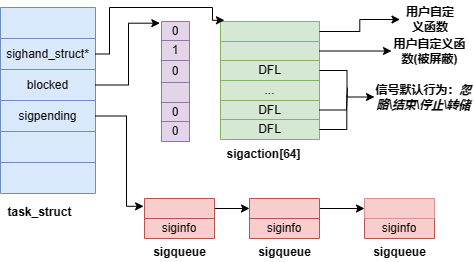
SixPlusAndTimes/drawio keeps this draw.io diagram as OS/linux内核源代码情景分析/第六章/信号.drawio.png. Above is the earlier version. Source tidied: cells renumbered, new cells last; positions are measured from the earlier drawing's top-left corner, leaving out a move shared by most shapes.
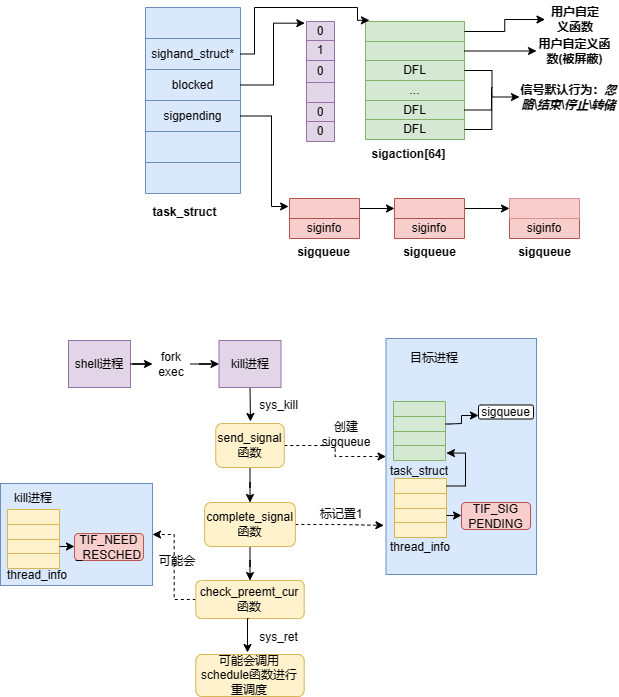
The same diagram one commit later.

Diff of the diagram source:
```diff
@@ -242,5 +242,207 @@
     <mxCell id="73" value="&lt;b&gt;task_struct&lt;/b&gt;" style="text;html=1;strokeColor=none;fillColor=none;align=center;verticalAlign=middle;whiteSpace=wrap;rounded=0;" parent="1" vertex="1">
       <mxGeometry x="17" y="198" width="45" height="19" as="geometry" />
     </mxCell>
+    <mxCell id="74" style="edgeStyle=orthogonalEdgeStyle;rounded=0;jettySize=auto;html=1;exitX=1;exitY=0.5;exitDx=0;exitDy=0;" parent="1" edge="1" source="79" target="77">
+      <mxGeometry relative="1" as="geometry" />
+    </mxCell>
+    <mxCell id="75" value="shell进程" style="text;html=1;strokeColor=#9673a6;fillColor=#e1d5e7;align=center;verticalAlign=middle;whiteSpace=wrap;rounded=0;" parent="1" vertex="1">
+      <mxGeometry x="-77" y="336" width="62" height="47" as="geometry" />
+    </mxCell>
+    <mxCell id="76" style="edgeStyle=orthogonalEdgeStyle;rounded=0;jettySize=auto;html=1;exitX=0.5;exitY=1;exitDx=0;exitDy=0;" parent="1" edge="1" source="77">
+      <mxGeometry relative="1" as="geometry">
+        <mxPoint x="105" y="417" as="targetPoint" />
+      </mxGeometry>
+    </mxCell>
+    <mxCell id="77" value="kill进程" style="text;html=1;strokeColor=#9673a6;fillColor=#e1d5e7;align=center;verticalAlign=middle;whiteSpace=wrap;rounded=0;" parent="1" vertex="1">
+      <mxGeometry x="73.5" y="336" width="62" height="47" as="geometry" />
+    </mxCell>
+    <mxCell id="78" style="edgeStyle=orthogonalEdgeStyle;rounded=0;jettySize=auto;html=1;exitX=1;exitY=0.5;exitDx=0;exitDy=0;" parent="1" edge="1" source="75" target="79">
+      <mxGeometry relative="1" as="geometry" />
+    </mxCell>
+    <mxCell id="79" value="fork&lt;br&gt;exec" style="text;html=1;strokeColor=none;fillColor=none;align=center;verticalAlign=middle;whiteSpace=wrap;rounded=0;" parent="1" vertex="1">
+      <mxGeometry x="7" y="344.5" width="38" height="30" as="geometry" />
+    </mxCell>
+    <mxCell id="80" style="text;html=1;strokeColor=#6c8ebf;fillColor=#dae8fc;align=center;verticalAlign=middle;whiteSpace=wrap;rounded=0;" parent="1" vertex="1">
+      <mxGeometry x="240.5" y="334" width="150.5" height="236" as="geometry" />
+    </mxCell>
+    <mxCell id="81" value="sys_kill" style="text;html=1;strokeColor=none;fillColor=none;align=center;verticalAlign=middle;whiteSpace=wrap;rounded=0;" parent="1" vertex="1">
+      <mxGeometry x="109.5" y="390" width="47" height="23" as="geometry" />
+    </mxCell>
+    <mxCell id="82" style="edgeStyle=orthogonalEdgeStyle;rounded=0;jettySize=auto;html=1;exitX=0.5;exitY=1;exitDx=0;exitDy=0;" parent="1" edge="1" source="84" target="100">
+      <mxGeometry relative="1" as="geometry" />
+    </mxCell>
+    <mxCell id="83" style="edgeStyle=orthogonalEdgeStyle;rounded=0;jettySize=auto;html=1;exitX=1;exitY=0.5;exitDx=0;exitDy=0;entryX=0;entryY=0.5;entryDx=0;entryDy=0;dashed=1;" parent="1" edge="1" source="84" target="80">
+      <mxGeometry relative="1" as="geometry" />
+    </mxCell>
+    <mxCell id="84" value="send_signal&lt;br&gt;函数" style="rounded=1;whiteSpace=wrap;html=1;fillColor=#fff2cc;strokeColor=#d6b656;" parent="1" vertex="1">
+      <mxGeometry x="70.2" y="419" width="68.5" height="44" as="geometry" />
+    </mxCell>
+    <mxCell id="85" style="shape=table;startSize=0;fillColor=#d5e8d4;strokeColor=#82b366;" parent="1" vertex="1">
+      <mxGeometry x="248" y="397" width="52" height="59" as="geometry" />
+    </mxCell>
+    <mxCell id="86" style="shape=tableRow;horizontal=0;startSize=0;swimlaneHead=0;swimlaneBody=0;strokeColor=inherit;top=0;left=0;bottom=0;right=0;fillColor=none;" parent="85" vertex="1">
+      <mxGeometry width="52" height="15" as="geometry" />
+    </mxCell>
+    <mxCell id="87" style="shape=partialRectangle;html=1;whiteSpace=wrap;strokeColor=inherit;overflow=hidden;fillColor=none;top=0;left=0;bottom=0;right=0;" parent="86" vertex="1">
+      <mxGeometry width="52" height="15" as="geometry" />
+    </mxCell>
+    <mxCell id="88" style="shape=tableRow;horizontal=0;startSize=0;swimlaneHead=0;swimlaneBody=0;strokeColor=inherit;top=0;left=0;bottom=0;right=0;fillColor=none;points=[[0,0.5],[1,0.5]];portConstraint=eastwest;" parent="85" vertex="1">
+      <mxGeometry y="15" width="52" height="15" as="geometry" />
+    </mxCell>
+    <mxCell id="89" style="shape=partialRectangle;html=1;whiteSpace=wrap;strokeColor=inherit;overflow=hidden;fillColor=none;top=0;left=0;bottom=0;right=0;" parent="88" vertex="1">
+      <mxGeometry width="52" height="15" as="geometry" />
+    </mxCell>
+    <mxCell id="90" style="shape=tableRow;horizontal=0;startSize=0;swimlaneHead=0;swimlaneBody=0;strokeColor=inherit;top=0;left=0;bottom=0;right=0;fillColor=none;" parent="85" vertex="1">
+      <mxGeometry y="30" width="52" height="14" as="geometry" />
+    </mxCell>
+    <mxCell id="91" style="shape=partialRectangle;html=1;whiteSpace=wrap;strokeColor=inherit;overflow=hidden;fillColor=none;top=0;left=0;bottom=0;right=0;" parent="90" vertex="1">
+      <mxGeometry width="52" height="14" as="geometry" />
+    </mxCell>
+    <mxCell id="92" style="shape=tableRow;horizontal=0;startSize=0;swimlaneHead=0;swimlaneBody=0;strokeColor=inherit;top=0;left=0;bottom=0;right=0;fillColor=none;" parent="85" vertex="1">
+      <mxGeometry y="44" width="52" height="15" as="geometry" />
+    </mxCell>
+    <mxCell id="93" style="shape=partialRectangle;html=1;whiteSpace=wrap;strokeColor=inherit;overflow=hidden;fillColor=none;top=0;left=0;bottom=0;right=0;" parent="92" vertex="1">
+      <mxGeometry width="52" height="15" as="geometry" />
+    </mxCell>
+    <mxCell id="94" value="task_struct" style="text;html=1;strokeColor=none;fillColor=none;align=center;verticalAlign=middle;whiteSpace=wrap;rounded=0;" parent="1" vertex="1">
+      <mxGeometry x="244" y="460" width="60" height="14" as="geometry" />
+    </mxCell>
+    <mxCell id="95" value="sigqueue" style="rounded=1;whiteSpace=wrap;html=1;" parent="1" vertex="1">
+      <mxGeometry x="333" y="400.5" width="55" height="14" as="geometry" />
+    </mxCell>
+    <mxCell id="96" style="edgeStyle=orthogonalEdgeStyle;rounded=0;jettySize=auto;html=1;exitX=1;exitY=0.5;exitDx=0;exitDy=0;entryX=0;entryY=0.75;entryDx=0;entryDy=0;" parent="1" edge="1" source="88" target="95">
+      <mxGeometry relative="1" as="geometry">
+        <Array as="points">
+          <mxPoint x="304" y="420" />
+          <mxPoint x="316" y="419" />
+          <mxPoint x="316" y="411" />
+        </Array>
+      </mxGeometry>
+    </mxCell>
+    <mxCell id="97" value="目标进程" style="text;html=1;strokeColor=none;fillColor=none;align=center;verticalAlign=middle;whiteSpace=wrap;rounded=0;" parent="1" vertex="1">
+      <mxGeometry x="259" y="339" width="60" height="30" as="geometry" />
+    </mxCell>
+    <mxCell id="98" style="edgeStyle=orthogonalEdgeStyle;rounded=0;jettySize=auto;html=1;exitX=1;exitY=0.5;exitDx=0;exitDy=0;entryX=-0.014;entryY=0.792;entryDx=0;entryDy=0;entryPerimeter=0;dashed=1;" parent="1" edge="1" source="100" target="80">
+      <mxGeometry relative="1" as="geometry" />
+    </mxCell>
+    <mxCell id="99" style="edgeStyle=orthogonalEdgeStyle;rounded=0;jettySize=auto;html=1;exitX=0.5;exitY=1;exitDx=0;exitDy=0;" parent="1" edge="1" source="100" target="117">
+      <mxGeometry relative="1" as="geometry" />
+    </mxCell>
+    <mxCell id="100" value="&lt;font style=&quot;font-size: 10px;&quot;&gt;complete_signal&lt;br&gt;函数&lt;/font&gt;" style="rounded=1;whiteSpace=wrap;html=1;fillColor=#fff2cc;strokeColor=#d6b656;" parent="1" vertex="1">
+      <mxGeometry x="59.1" y="498" width="90.8" height="44" as="geometry" />
+    </mxCell>
+    <mxCell id="101" style="shape=table;startSize=0;fillColor=#fff2cc;strokeColor=#d6b656;" parent="1" vertex="1">
+      <mxGeometry x="249" y="474" width="52" height="59" as="geometry" />
+    </mxCell>
+    <mxCell id="102" style="shape=tableRow;horizontal=0;startSize=0;swimlaneHead=0;swimlaneBody=0;strokeColor=inherit;top=0;left=0;bottom=0;right=0;fillColor=none;points=[[0,0.5],[1,0.5]];portConstraint=eastwest;" parent="101" vertex="1">
+      <mxGeometry width="52" height="15" as="geometry" />
+    </mxCell>
+    <mxCell id="103" style="shape=partialRectangle;html=1;whiteSpace=wrap;strokeColor=inherit;overflow=hidden;fillColor=none;top=0;left=0;bottom=0;right=0;" parent="102" vertex="1">
+      <mxGeometry width="52" height="15" as="geometry" />
+    </mxCell>
+    <mxCell id="104" style="shape=tableRow;horizontal=0;startSize=0;swimlaneHead=0;swimlaneBody=0;strokeColor=inherit;top=0;left=0;bottom=0;right=0;fillColor=none;" parent="101" vertex="1">
+      <mxGeometry y="15" width="52" height="15" as="geometry" />
+    </mxCell>
+    <mxCell id="105" style="shape=partialRectangle;html=1;whiteSpace=wrap;strokeColor=inherit;overflow=hidden;fillColor=none;top=0;left=0;bottom=0;right=0;" parent="104" vertex="1">
+      <mxGeometry width="52" height="15" as="geometry" />
+    </mxCell>
+    <mxCell id="106" style="shape=tableRow;horizontal=0;startSize=0;swimlaneHead=0;swimlaneBody=0;strokeColor=inherit;top=0;left=0;bottom=0;right=0;fillColor=none;points=[[0,0.5],[1,0.5]];portConstraint=eastwest;" parent="101" vertex="1">
+      <mxGeometry y="30" width="52" height="14" as="geometry" />
+    </mxCell>
+    <mxCell id="107" style="shape=partialRectangle;html=1;whiteSpace=wrap;strokeColor=inherit;overflow=hidden;fillColor=none;top=0;left=0;bottom=0;right=0;" parent="106" vertex="1">
+      <mxGeometry width="52" height="14" as="geometry" />
+    </mxCell>
+    <mxCell id="108" style="shape=tableRow;horizontal=0;startSize=0;swimlaneHead=0;swimlaneBody=0;strokeColor=inherit;top=0;left=0;bottom=0;right=0;fillColor=none;" parent="101" vertex="1">
+      <mxGeometry y="44" width="52" height="15" as="geometry" />
+    </mxCell>
+    <mxCell id="109" style="shape=partialRectangle;html=1;whiteSpace=wrap;strokeColor=inherit;overflow=hidden;fillColor=none;top=0;left=0;bottom=0;right=0;" parent="108" vertex="1">
+      <mxGeometry width="52" height="15" as="geometry" />
+    </mxCell>
+    <mxCell id="110" value="thread_info" style="text;html=1;strokeColor=none;fillColor=none;align=center;verticalAlign=middle;whiteSpace=wrap;rounded=0;" parent="1" vertex="1">
+      <mxGeometry x="245" y="528" width="60" height="30" as="geometry" />
+    </mxCell>
+    <mxCell id="111" style="edgeStyle=orthogonalEdgeStyle;rounded=0;jettySize=auto;html=1;exitX=1;exitY=0.5;exitDx=0;exitDy=0;entryX=1.018;entryY=0.874;entryDx=0;entryDy=0;entryPerimeter=0;" parent="1" edge="1" source="102" target="85">
+      <mxGeometry relative="1" as="geometry">
+        <Array as="points">
+          <mxPoint x="320" y="481" />
+          <mxPoint x="320" y="449" />
+        </Array>
+      </mxGeometry>
+    </mxCell>
+    <mxCell id="112" value="&lt;font style=&quot;font-size: 2px;&quot;&gt;TIF_SIG&lt;br&gt;PENDING&lt;/font&gt;" style="rounded=1;whiteSpace=wrap;html=1;fillColor=#f8cecc;strokeColor=#b85450;" parent="1" vertex="1">
+      <mxGeometry x="316" y="498" width="69" height="27" as="geometry" />
+    </mxCell>
+    <mxCell id="113" style="edgeStyle=orthogonalEdgeStyle;rounded=0;jettySize=auto;html=1;exitX=1;exitY=0.5;exitDx=0;exitDy=0;entryX=0;entryY=0.5;entryDx=0;entryDy=0;" parent="1" edge="1" source="106" target="112">
+      <mxGeometry relative="1" as="geometry" />
+    </mxCell>
+    <mxCell id="114" value="创建sigqueue" style="text;html=1;strokeColor=none;fillColor=none;align=center;verticalAlign=middle;whiteSpace=wrap;rounded=0;" parent="1" vertex="1">
+      <mxGeometry x="171" y="415" width="60" height="30" as="geometry" />
+    </mxCell>
+    <mxCell id="115" value="标记置1" style="text;html=1;strokeColor=none;fillColor=none;align=center;verticalAlign=middle;whiteSpace=wrap;rounded=0;" parent="1" vertex="1">
+      <mxGeometry x="166" y="495" width="60" height="30" as="geometry" />
+    </mxCell>
+    <mxCell id="116" style="edgeStyle=orthogonalEdgeStyle;rounded=0;jettySize=auto;html=1;exitX=0;exitY=0.5;exitDx=0;exitDy=0;dashed=1;" parent="1" edge="1" source="117" target="118">
+      <mxGeometry relative="1" as="geometry" />
+    </mxCell>
+    <mxCell id="117" value="check_preemt_cur&lt;br style=&quot;border-color: var(--border-color); font-size: 10px;&quot;&gt;&lt;span style=&quot;font-size: 10px;&quot;&gt;函数&lt;/span&gt;" style="rounded=1;whiteSpace=wrap;html=1;fillColor=#fff2cc;strokeColor=#d6b656;" parent="1" vertex="1">
+      <mxGeometry x="50.3" y="576" width="108.4" height="38" as="geometry" />
+    </mxCell>
+    <mxCell id="118" style="text;html=1;strokeColor=#6c8ebf;fillColor=#dae8fc;align=center;verticalAlign=middle;whiteSpace=wrap;rounded=0;" parent="1" vertex="1">
+      <mxGeometry x="-145" y="479" width="152" height="102" as="geometry" />
+    </mxCell>
+    <mxCell id="119" value="kill进程" style="text;html=1;strokeColor=none;fillColor=none;align=center;verticalAlign=middle;whiteSpace=wrap;rounded=0;" parent="1" vertex="1">
+      <mxGeometry x="-142" y="479" width="60" height="30" as="geometry" />
+    </mxCell>
+    <mxCell id="120" style="shape=table;startSize=0;fillColor=#fff2cc;strokeColor=#d6b656;" parent="1" vertex="1">
+      <mxGeometry x="-138" y="505" width="52" height="59" as="geometry" />
+    </mxCell>
+    <mxCell id="121" style="shape=tableRow;horizontal=0;startSize=0;swimlaneHead=0;swimlaneBody=0;strokeColor=inherit;top=0;left=0;bottom=0;right=0;fillColor=none;" parent="120" vertex="1">
+      <mxGeometry width="52" height="15" as="geometry" />
+    </mxCell>
+    <mxCell id="122" style="shape=partialRectangle;html=1;whiteSpace=wrap;strokeColor=inherit;overflow=hidden;fillColor=none;top=0;left=0;bottom=0;right=0;" parent="121" vertex="1">
+      <mxGeometry width="52" height="15" as="geometry" />
+    </mxCell>
+    <mxCell id="123" style="shape=tableRow;horizontal=0;startSize=0;swimlaneHead=0;swimlaneBody=0;strokeColor=inherit;top=0;left=0;bottom=0;right=0;fillColor=none;" parent="120" vertex="1">
+      <mxGeometry y="15" width="52" height="15" as="geometry" />
+    </mxCell>
+    <mxCell id="124" style="shape=partialRectangle;html=1;whiteSpace=wrap;strokeColor=inherit;overflow=hidden;fillColor=none;top=0;left=0;bottom=0;right=0;" parent="123" vertex="1">
+      <mxGeometry width="52" height="15" as="geometry" />
+    </mxCell>
+    <mxCell id="125" style="shape=tableRow;horizontal=0;startSize=0;swimlaneHead=0;swimlaneBody=0;strokeColor=inherit;top=0;left=0;bottom=0;right=0;fillColor=none;points=[[0,0.5],[1,0.5]];portConstraint=eastwest;" parent="120" vertex="1">
+      <mxGeometry y="30" width="52" height="14" as="geometry" />
+    </mxCell>
+    <mxCell id="126" style="shape=partialRectangle;html=1;whiteSpace=wrap;strokeColor=inherit;overflow=hidden;fillColor=none;top=0;left=0;bottom=0;right=0;" parent="125" vertex="1">
+      <mxGeometry width="52" height="14" as="geometry" />
+    </mxCell>
+    <mxCell id="127" style="shape=tableRow;horizontal=0;startSize=0;swimlaneHead=0;swimlaneBody=0;strokeColor=inherit;top=0;left=0;bottom=0;right=0;fillColor=none;" parent="120" vertex="1">
+      <mxGeometry y="44" width="52" height="15" as="geometry" />
+    </mxCell>
+    <mxCell id="128" style="shape=partialRectangle;html=1;whiteSpace=wrap;strokeColor=inherit;overflow=hidden;fillColor=none;top=0;left=0;bottom=0;right=0;" parent="127" vertex="1">
+      <mxGeometry width="52" height="15" as="geometry" />
+    </mxCell>
+    <mxCell id="129" value="thread_info" style="text;html=1;strokeColor=none;fillColor=none;align=center;verticalAlign=middle;whiteSpace=wrap;rounded=0;" parent="1" vertex="1">
+      <mxGeometry x="-138" y="556" width="60" height="30" as="geometry" />
+    </mxCell>
+    <mxCell id="130" value="&lt;font style=&quot;font-size: 2px;&quot;&gt;TIF_NEED&lt;br&gt;_RESCHED&lt;br&gt;&lt;/font&gt;" style="rounded=1;whiteSpace=wrap;html=1;fillColor=#f8cecc;strokeColor=#b85450;" parent="1" vertex="1">
+      <mxGeometry x="-71" y="529" width="69" height="27" as="geometry" />
+    </mxCell>
+    <mxCell id="131" style="edgeStyle=orthogonalEdgeStyle;rounded=0;jettySize=auto;html=1;exitX=1;exitY=0.5;exitDx=0;exitDy=0;entryX=0;entryY=0.5;entryDx=0;entryDy=0;" parent="1" edge="1" source="125" target="130">
+      <mxGeometry relative="1" as="geometry" />
+    </mxCell>
+    <mxCell id="132" value="可能会" style="text;html=1;strokeColor=none;fillColor=none;align=center;verticalAlign=middle;whiteSpace=wrap;rounded=0;" parent="1" vertex="1">
+      <mxGeometry x="2" y="542" width="60" height="30" as="geometry" />
+    </mxCell>
+    <mxCell id="133" style="edgeStyle=orthogonalEdgeStyle;rounded=0;orthogonalLoop=1;jettySize=auto;html=1;exitX=0.5;exitY=1;exitDx=0;exitDy=0;" parent="1" edge="1">
+      <mxGeometry relative="1" as="geometry">
+        <mxPoint x="103" y="614" as="sourcePoint" />
+        <mxPoint x="102" y="648" as="targetPoint" />
+      </mxGeometry>
+    </mxCell>
+    <mxCell id="134" value="可能会调用schedule函数进行重调度" style="rounded=1;whiteSpace=wrap;html=1;fillColor=#fff2cc;strokeColor=#d6b656;" parent="1" vertex="1">
+      <mxGeometry x="50.3" y="650" width="108.4" height="42" as="geometry" />
+    </mxCell>
+    <mxCell id="135" value="sys_ret" style="text;html=1;strokeColor=none;fillColor=none;align=center;verticalAlign=middle;whiteSpace=wrap;rounded=0;" parent="1" vertex="1">
+      <mxGeometry x="109.5" y="621" width="47" height="23" as="geometry" />
+    </mxCell>
   </root>
 </mxGraphModel>
```
